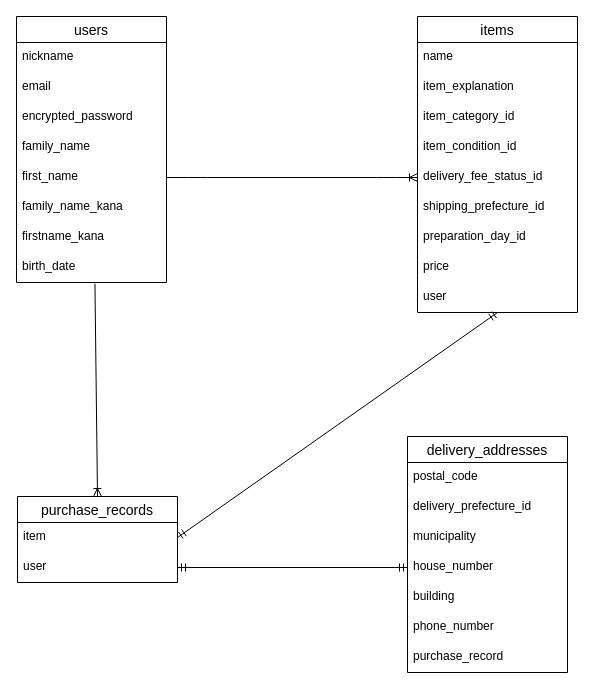
The draw.io diagram furima_31773.dio in hide-sugi/furima-31773, before the edit. Source tidied: cells renumbered, new cells numbered last; positions are measured from the earlier drawing's top-left corner, leaving out a move shared by most shapes. Both pictures are drawn from the tidied source at 100%, with x=0, y=0 at pixel (16, 16).
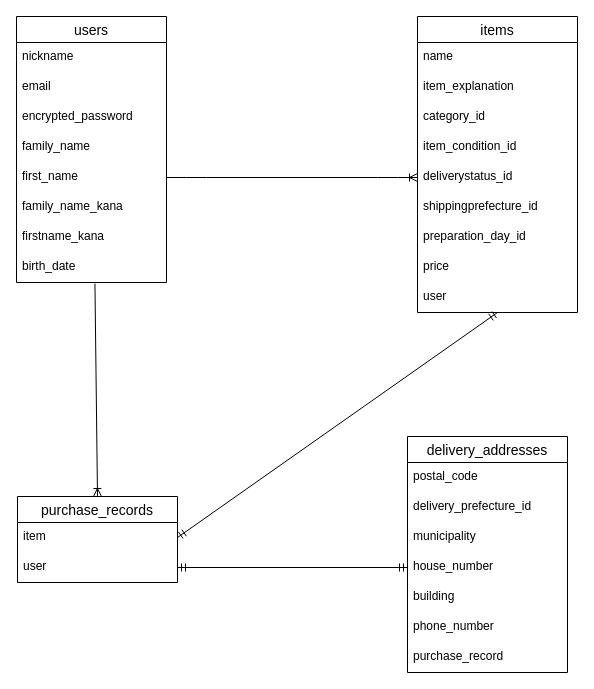
The same page after the edit.

The change refers to these unchanged cells:
```xml
<mxCell id="12" value="items" style="swimlane;fontStyle=0;horizontal=1;startSize=26;align=center;fontSize=14;" parent="1" vertex="1">
  <mxGeometry x="401" width="160" height="296" as="geometry" />
</mxCell>
```

Change to the diagram source:
```diff
@@
-    <mxCell id="15" value="item_category_id" style="text;strokeColor=none;fillColor=none;spacingLeft=4;spacingRight=4;overflow=hidden;fontSize=12;" parent="12" vertex="1">
+    <mxCell id="15" value="category_id" style="text;strokeColor=none;fillColor=none;spacingLeft=4;spacingRight=4;overflow=hidden;fontSize=12;" parent="12" vertex="1">
       <mxGeometry y="86" width="160" height="30" as="geometry" />
     </mxCell>
@@
-    <mxCell id="17" value="delivery_fee_status_id" style="text;strokeColor=none;fillColor=none;spacingLeft=4;spacingRight=4;overflow=hidden;points=[[0,0.5],[1,0.5]];portConstraint=eastwest;fontSize=12;" parent="12" vertex="1">
+    <mxCell id="17" value="deliverystatus_id" style="text;strokeColor=none;fillColor=none;spacingLeft=4;spacingRight=4;overflow=hidden;points=[[0,0.5],[1,0.5]];portConstraint=eastwest;fontSize=12;" parent="12" vertex="1">
       <mxGeometry y="146" width="160" height="30" as="geometry" />
     </mxCell>
-    <mxCell id="18" value="shipping_prefecture_id" style="text;strokeColor=none;fillColor=none;spacingLeft=4;spacingRight=4;overflow=hidden;fontSize=12;" parent="12" vertex="1">
+    <mxCell id="18" value="shippingprefecture_id" style="text;strokeColor=none;fillColor=none;spacingLeft=4;spacingRight=4;overflow=hidden;fontSize=12;" parent="12" vertex="1">
       <mxGeometry y="176" width="160" height="30" as="geometry" />
     </mxCell>
```
